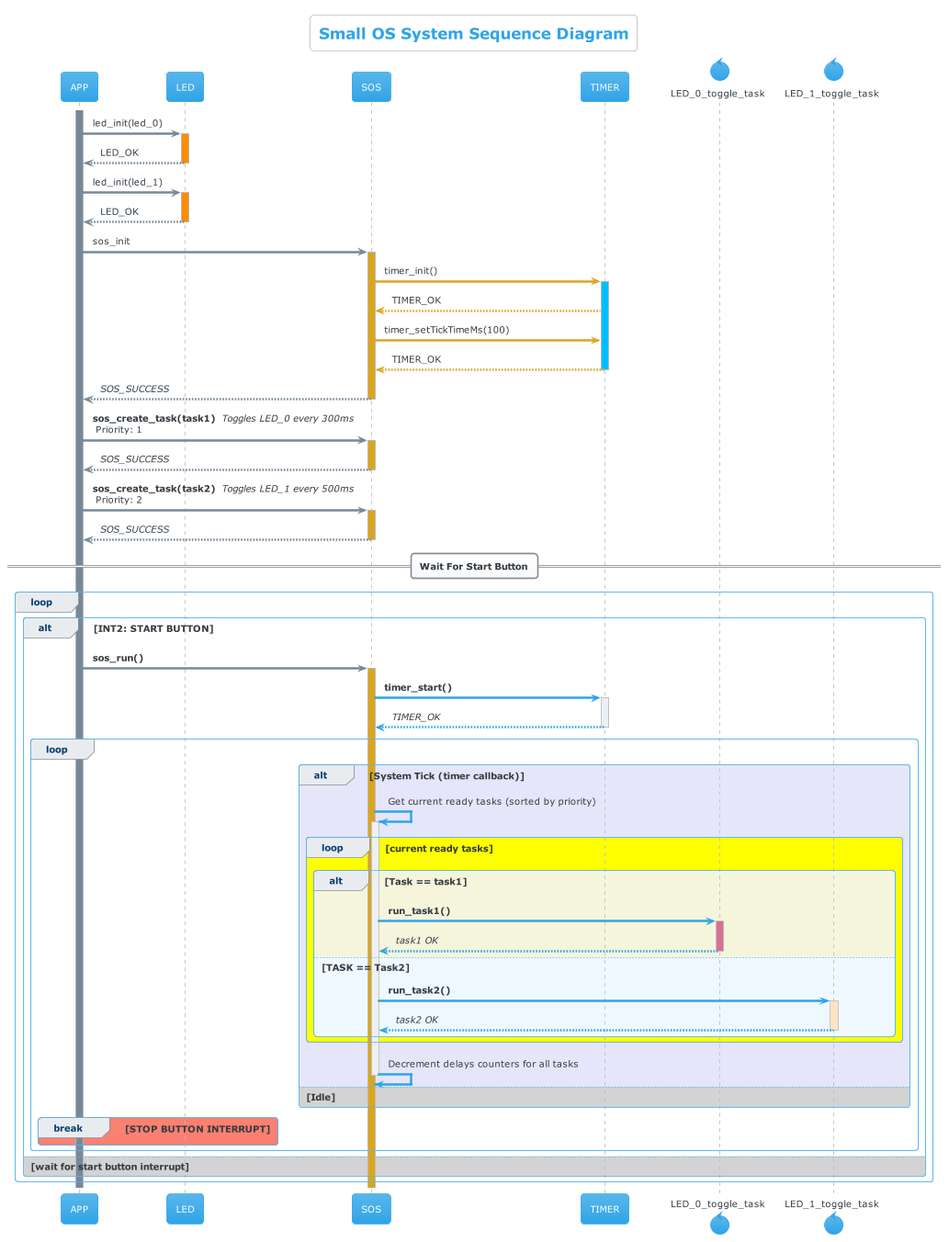
This is Embedded SW Design/S_DYNAMIC_10 Design a Small OS/Assets/Diagrams - images/app_sequence_diagram.png from HossamElwahsh/sprints-automotive, a PlantUML export, as it was before one commit.
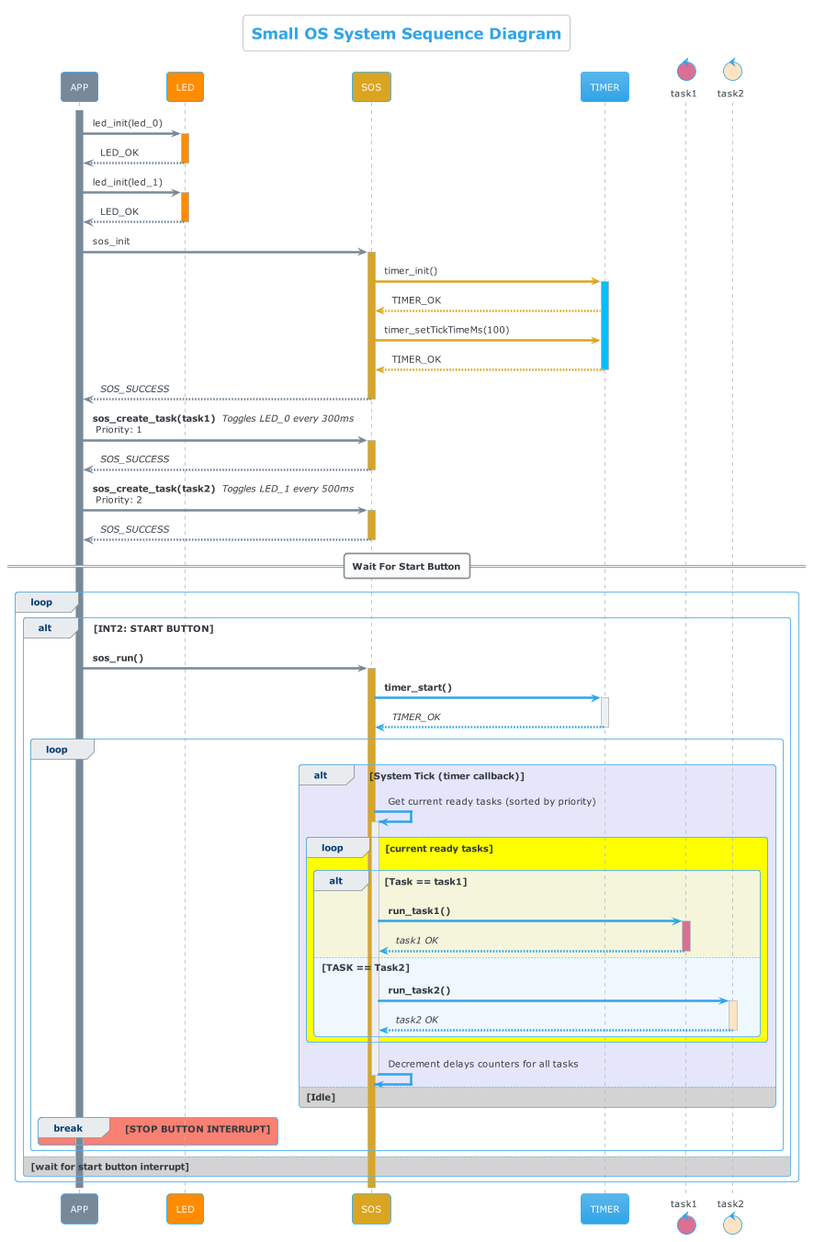
The same diagram one commit later.

Commit message:
update: sequence diagram colors

The edit, as a diff of the source:
```diff
@@ -4,11 +4,14 @@
 
 skinparam backgroundColor #white
 
+participant APP #lightslategray
 activate APP #lightslategray
+participant LED #darkorange
 APP -[#lightslategray]> LED++#darkorange: led_init(led_0)
 return LED_OK
 APP -[#lightslategray]> LED++#darkorange: led_init(led_1)
 return LED_OK
+participant SOS #goldenrod
 APP -[#lightslategray]> SOS++#goldenrod: sos_init
 SOS -[#goldenrod]> TIMER++#deepskyblue: timer_init()
 TIMER -[#goldenrod]-> SOS: TIMER_OK
@@ -25,14 +28,13 @@
 
 == Wait For Start Button==
 
-
 loop
     alt INT2: START BUTTON
 
             APP -[#lightslategray]> SOS++#goldenrod: **sos_run()**
 
-            control LED_0_toggle_task as task1
-            control LED_1_toggle_task as task2
+            control task1 as task1 #palevioletred
+            control task2 as task2 #bisque
             SOS -> TIMER++: **timer_start()**
             Return //TIMER_OK//
             loop
```
